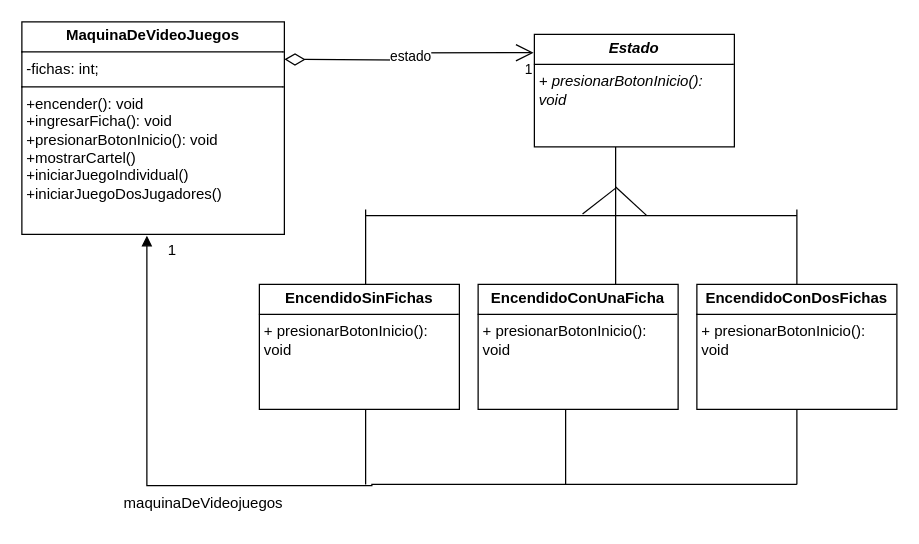
Earlier version of the draw.io diagram UML/TpStateVideojuego.drawio (joacodores/unq-po2-dores). Source tidied: cells renumbered, new cells numbered last; positions are measured from the earlier drawing's top-left corner, leaving out a move shared by most shapes. Both pictures are drawn from the tidied source at 125%, with x=0, y=0 at pixel (21, 21).
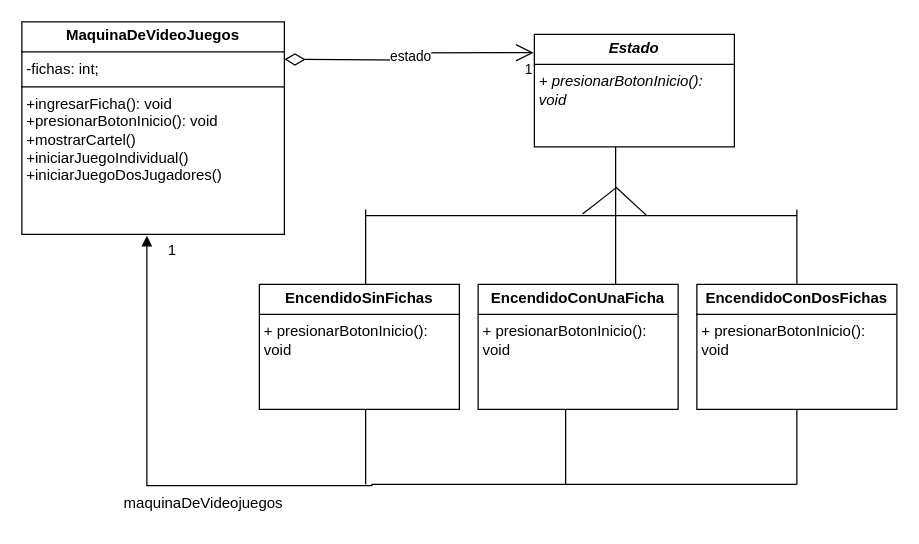
Above is the later version.

Diff of the diagram source:
```diff
@@
-    <mxCell id="4" value="&lt;p style=&quot;margin:0px;margin-top:4px;text-align:center;&quot;&gt;&lt;b&gt;MaquinaDeVideoJuegos&lt;/b&gt;&lt;/p&gt;&lt;hr size=&quot;1&quot; style=&quot;border-style:solid;&quot;&gt;&lt;p style=&quot;margin:0px;margin-left:4px;&quot;&gt;-fichas: int;&lt;/p&gt;&lt;hr size=&quot;1&quot; style=&quot;border-style:solid;&quot;&gt;&lt;p style=&quot;margin:0px;margin-left:4px;&quot;&gt;+encender(): void&lt;/p&gt;&lt;p style=&quot;margin:0px;margin-left:4px;&quot;&gt;+ingresarFicha(): void&lt;/p&gt;&lt;p style=&quot;margin:0px;margin-left:4px;&quot;&gt;+presionarBotonInicio(): void&lt;/p&gt;&lt;p style=&quot;margin:0px;margin-left:4px;&quot;&gt;+mostrarCartel()&lt;/p&gt;&lt;p style=&quot;margin:0px;margin-left:4px;&quot;&gt;+iniciarJuegoIndividual(&lt;span style=&quot;background-color: transparent; color: light-dark(rgb(0, 0, 0), rgb(255, 255, 255));&quot;&gt;)&lt;/span&gt;&lt;/p&gt;&lt;p style=&quot;margin:0px;margin-left:4px;&quot;&gt;&lt;span style=&quot;background-color: transparent; color: light-dark(rgb(0, 0, 0), rgb(255, 255, 255));&quot;&gt;+&lt;/span&gt;&lt;span style=&quot;background-color: transparent; color: light-dark(rgb(0, 0, 0), rgb(255, 255, 255));&quot;&gt;iniciarJuegoDosJugadores()&lt;/span&gt;&lt;/p&gt;&lt;p style=&quot;margin:0px;margin-left:4px;&quot;&gt;&lt;br&gt;&lt;/p&gt;&lt;p style=&quot;margin:0px;margin-left:4px;&quot;&gt;&lt;span style=&quot;background-color: transparent; color: light-dark(rgb(0, 0, 0), rgb(255, 255, 255));&quot;&gt;&lt;br&gt;&lt;/span&gt;&lt;/p&gt;" style="verticalAlign=top;align=left;overflow=fill;html=1;whiteSpace=wrap;" parent="1" vertex="1">
+    <mxCell id="4" value="&lt;p style=&quot;margin:0px;margin-top:4px;text-align:center;&quot;&gt;&lt;b&gt;MaquinaDeVideoJuegos&lt;/b&gt;&lt;/p&gt;&lt;hr size=&quot;1&quot; style=&quot;border-style:solid;&quot;&gt;&lt;p style=&quot;margin:0px;margin-left:4px;&quot;&gt;-fichas: int;&lt;/p&gt;&lt;hr size=&quot;1&quot; style=&quot;border-style:solid;&quot;&gt;&lt;p style=&quot;margin:0px;margin-left:4px;&quot;&gt;&lt;span style=&quot;background-color: transparent; color: light-dark(rgb(0, 0, 0), rgb(255, 255, 255));&quot;&gt;+ingresarFicha(): void&lt;/span&gt;&lt;/p&gt;&lt;p style=&quot;margin:0px;margin-left:4px;&quot;&gt;+presionarBotonInicio(): void&lt;/p&gt;&lt;p style=&quot;margin:0px;margin-left:4px;&quot;&gt;+mostrarCartel()&lt;/p&gt;&lt;p style=&quot;margin:0px;margin-left:4px;&quot;&gt;+iniciarJuegoIndividual(&lt;span style=&quot;background-color: transparent; color: light-dark(rgb(0, 0, 0), rgb(255, 255, 255));&quot;&gt;)&lt;/span&gt;&lt;/p&gt;&lt;p style=&quot;margin:0px;margin-left:4px;&quot;&gt;&lt;span style=&quot;background-color: transparent; color: light-dark(rgb(0, 0, 0), rgb(255, 255, 255));&quot;&gt;+&lt;/span&gt;&lt;span style=&quot;background-color: transparent; color: light-dark(rgb(0, 0, 0), rgb(255, 255, 255));&quot;&gt;iniciarJuegoDosJugadores()&lt;/span&gt;&lt;/p&gt;&lt;p style=&quot;margin:0px;margin-left:4px;&quot;&gt;&lt;br&gt;&lt;/p&gt;&lt;p style=&quot;margin:0px;margin-left:4px;&quot;&gt;&lt;span style=&quot;background-color: transparent; color: light-dark(rgb(0, 0, 0), rgb(255, 255, 255));&quot;&gt;&lt;br&gt;&lt;/span&gt;&lt;/p&gt;" style="verticalAlign=top;align=left;overflow=fill;html=1;whiteSpace=wrap;" parent="1" vertex="1">
       <mxGeometry width="210" height="170" as="geometry" />
     </mxCell>
```
